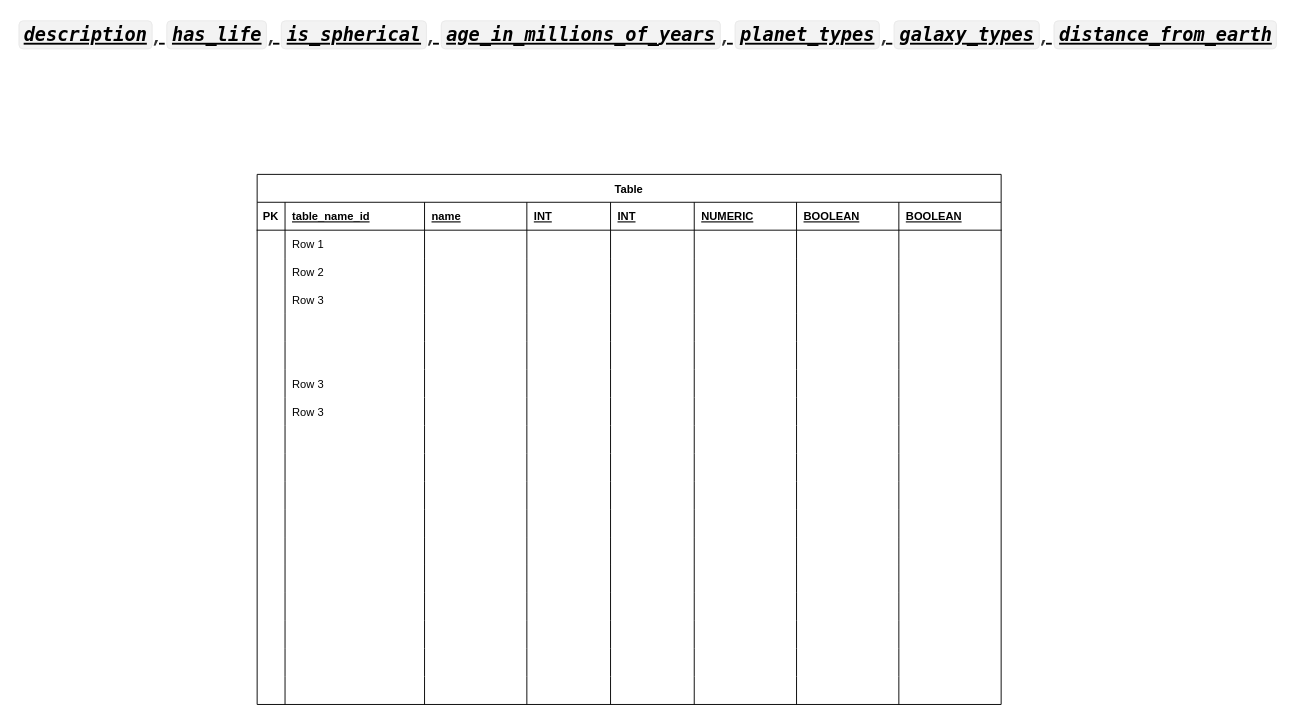
archenemy1996/00001 keeps this draw.io diagram as Untitled Diagram.drawio. Above is the earlier version. Source tidied: cells renumbered, new cells numbered last; positions are measured from the earlier drawing's top-left corner, leaving out a move shared by most shapes. Both pictures are drawn from the tidied source at 93%, with x=0, y=0 at pixel (52, 16).
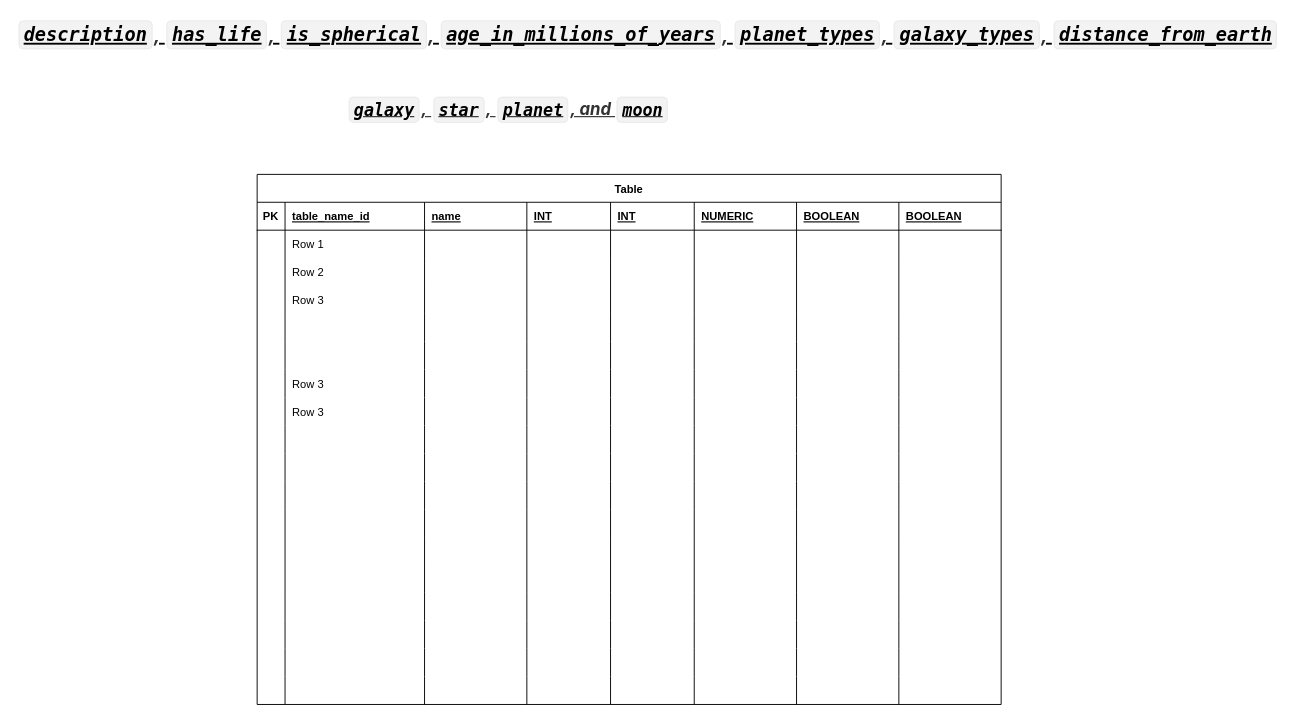
Above is the later version.

Change to the diagram source:
```diff
@@
+    <mxCell id="166" value="&lt;font style=&quot;font-size: 18px;&quot;&gt;&lt;b&gt;&lt;i&gt;&lt;u&gt;&lt;code style=&quot;box-sizing: border-box; font-family: source-code-pro, Menlo, Monaco, Consolas, &amp;quot;Courier New&amp;quot;, monospace; margin: 0px 2px; padding: 0.15rem 0.3rem; border: 1px solid rgb(234, 234, 234); background-color: rgba(27, 31, 35, 0.05); border-radius: 0.3rem; text-align: left;&quot;&gt;galaxy&lt;/code&gt;&lt;span style=&quot;color: rgb(51, 51, 51); font-family: -apple-system, BlinkMacSystemFont, &amp;quot;Segoe UI&amp;quot;, Roboto, Oxygen, Ubuntu, Cantarell, &amp;quot;Fira Sans&amp;quot;, &amp;quot;Droid Sans&amp;quot;, &amp;quot;Helvetica Neue&amp;quot;, sans-serif; text-align: left; background-color: rgb(255, 255, 255);&quot;&gt;,&amp;nbsp;&lt;/span&gt;&lt;code style=&quot;box-sizing: border-box; font-family: source-code-pro, Menlo, Monaco, Consolas, &amp;quot;Courier New&amp;quot;, monospace; margin: 0px 2px; padding: 0.15rem 0.3rem; border: 1px solid rgb(234, 234, 234); background-color: rgba(27, 31, 35, 0.05); border-radius: 0.3rem; text-align: left;&quot;&gt;star&lt;/code&gt;&lt;span style=&quot;color: rgb(51, 51, 51); font-family: -apple-system, BlinkMacSystemFont, &amp;quot;Segoe UI&amp;quot;, Roboto, Oxygen, Ubuntu, Cantarell, &amp;quot;Fira Sans&amp;quot;, &amp;quot;Droid Sans&amp;quot;, &amp;quot;Helvetica Neue&amp;quot;, sans-serif; text-align: left; background-color: rgb(255, 255, 255);&quot;&gt;,&amp;nbsp;&lt;/span&gt;&lt;code style=&quot;box-sizing: border-box; font-family: source-code-pro, Menlo, Monaco, Consolas, &amp;quot;Courier New&amp;quot;, monospace; margin: 0px 2px; padding: 0.15rem 0.3rem; border: 1px solid rgb(234, 234, 234); background-color: rgba(27, 31, 35, 0.05); border-radius: 0.3rem; text-align: left;&quot;&gt;planet&lt;/code&gt;&lt;span style=&quot;color: rgb(51, 51, 51); font-family: -apple-system, BlinkMacSystemFont, &amp;quot;Segoe UI&amp;quot;, Roboto, Oxygen, Ubuntu, Cantarell, &amp;quot;Fira Sans&amp;quot;, &amp;quot;Droid Sans&amp;quot;, &amp;quot;Helvetica Neue&amp;quot;, sans-serif; text-align: left; background-color: rgb(255, 255, 255);&quot;&gt;, and&amp;nbsp;&lt;/span&gt;&lt;code style=&quot;box-sizing: border-box; font-family: source-code-pro, Menlo, Monaco, Consolas, &amp;quot;Courier New&amp;quot;, monospace; margin: 0px 2px; padding: 0.15rem 0.3rem; border: 1px solid rgb(234, 234, 234); background-color: rgba(27, 31, 35, 0.05); border-radius: 0.3rem; text-align: left;&quot;&gt;moon&lt;/code&gt;&lt;/u&gt;&lt;/i&gt;&lt;/b&gt;&lt;/font&gt;" style="text;html=1;align=center;verticalAlign=middle;strokeColor=none;fillColor=none;fontSize=20;" parent="1" vertex="1">
+      <mxGeometry x="315" y="80" width="350" height="40" as="geometry" />
+    </mxCell>
```
